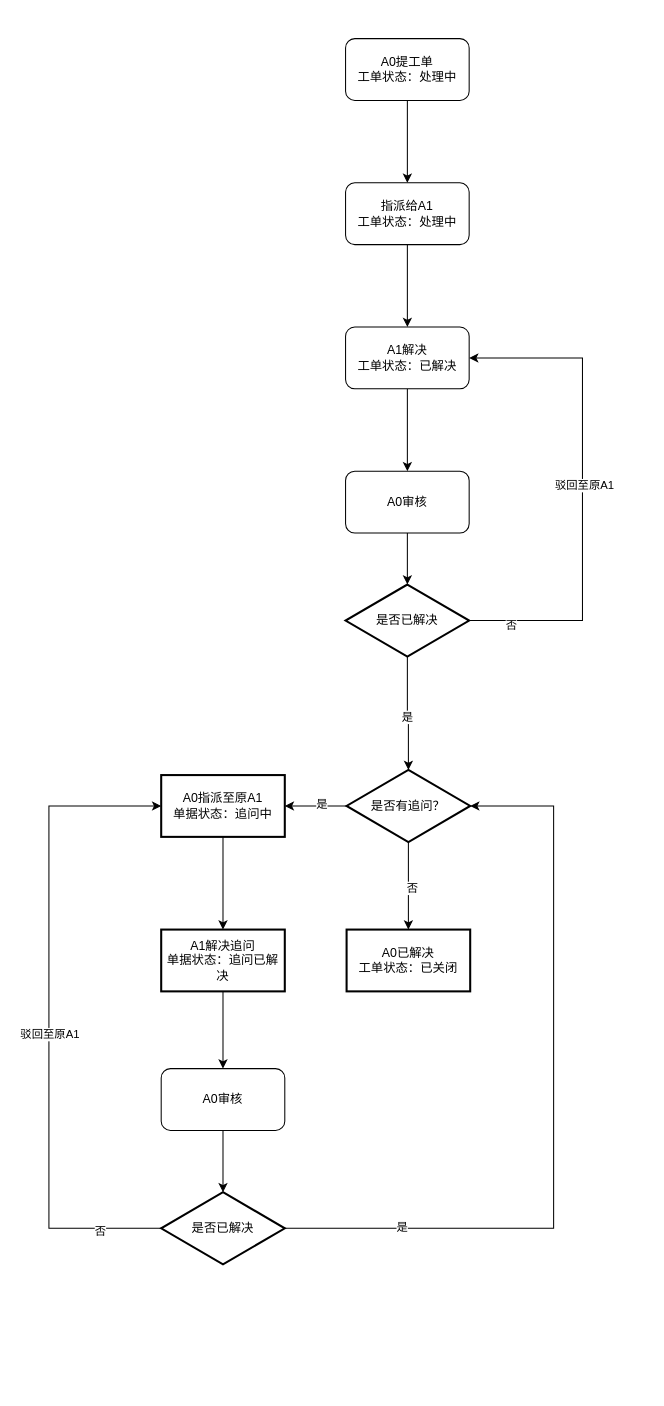
Before: 追问流程图.drawio in sansanxiansheng/divorce_bug, a draw.io diagram. Source tidied: cells renumbered, new cells numbered last; positions are measured from the earlier drawing's top-left corner, leaving out a move shared by most shapes. Both pictures are drawn from the tidied source at 103%, with x=0, y=0 at pixel (48, 38).
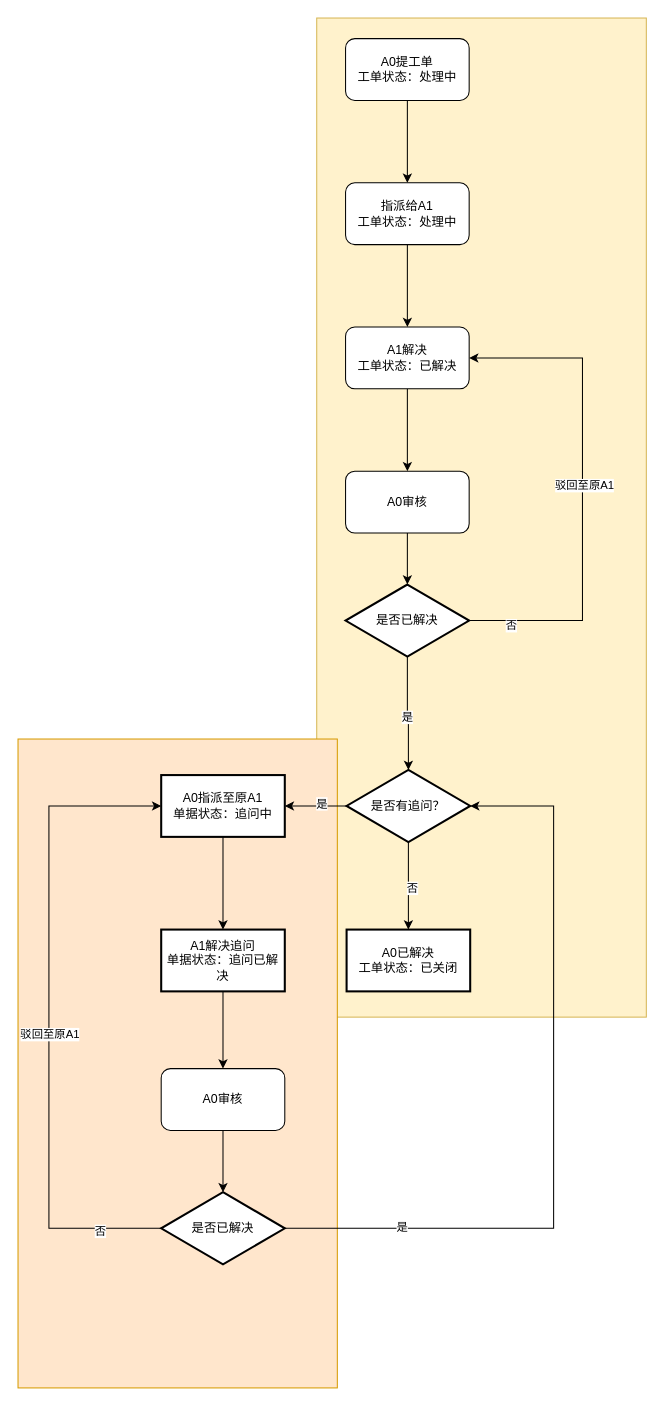
The same page after the edit.

Commit message:
更新追问流程图.drawio

Diff of the diagram source:
```diff
@@
+    <mxCell id="34" style="rounded=0;whiteSpace=wrap;html=1;fillColor=#fff2cc;strokeColor=#d6b656;" parent="1" vertex="1">
+      <mxGeometry x="260" y="-20" width="320" height="970" as="geometry" />
+    </mxCell>
+    <mxCell id="35" style="rounded=0;whiteSpace=wrap;html=1;fillColor=#ffe6cc;strokeColor=#d79b00;" parent="1" vertex="1">
+      <mxGeometry x="-30" y="680" width="310" height="630" as="geometry" />
+    </mxCell>
```
